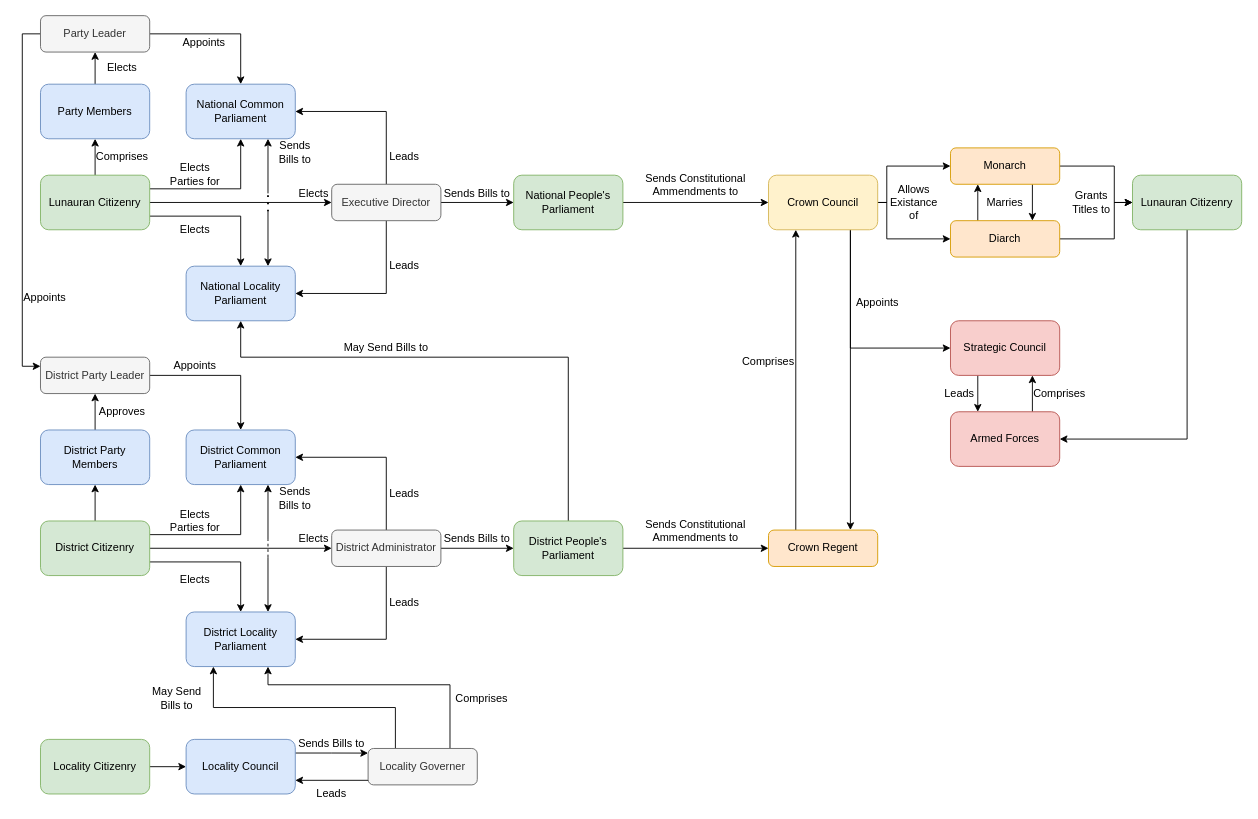
Above: Digon/Lunaura/Gov structure.drawio in jamlamtheblue/DES-Pol (draw.io), before the change. Source tidied: cells renumbered, new cells numbered last; positions are measured from the earlier drawing's top-left corner, leaving out a move shared by most shapes. Both pictures are drawn from the tidied source at 91%, with x=0, y=0 at pixel (22, 15).
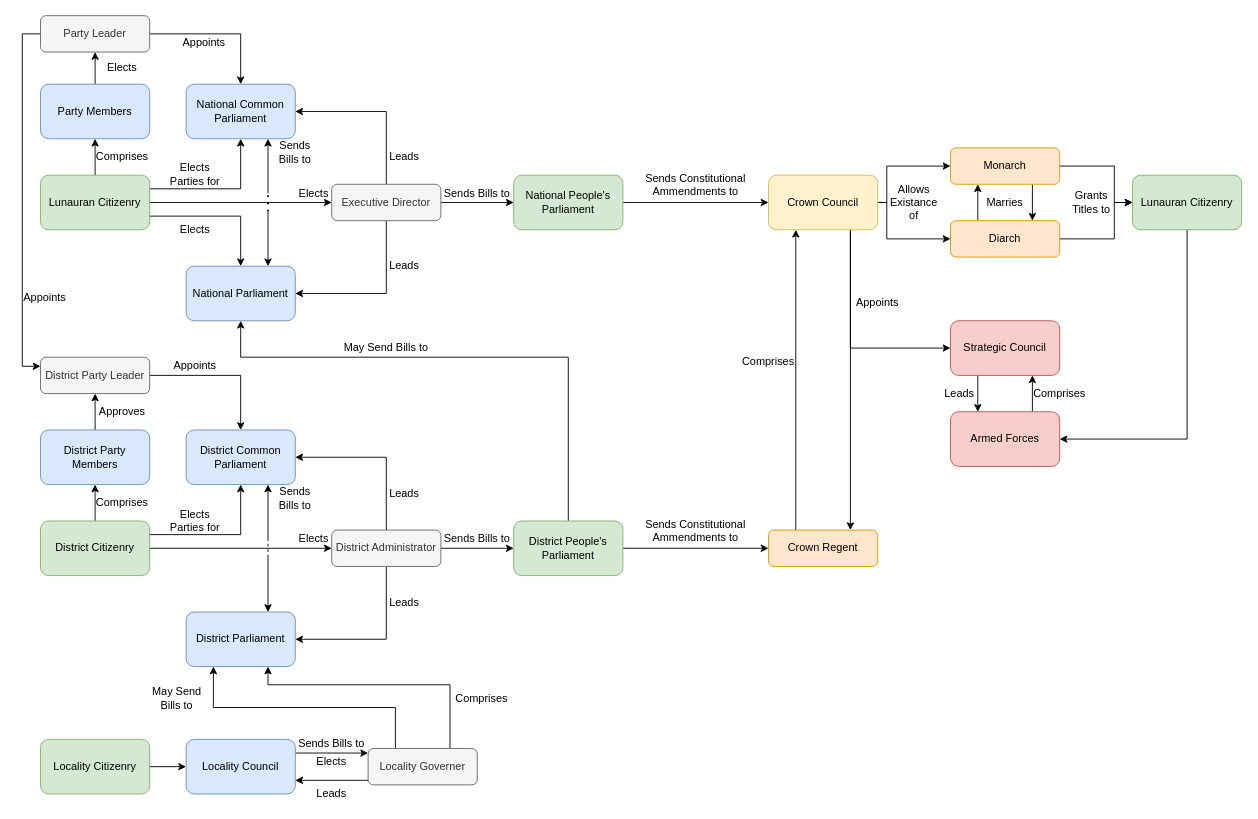
The same diagram, later.

The change refers to these unchanged cells:
```xml
<mxCell id="47" value="District Citizenry" style="rounded=1;whiteSpace=wrap;html=1;fillColor=#d5e8d4;strokeColor=#82b366;" parent="1" vertex="1">
  <mxGeometry x="20" y="555" width="120" height="60" as="geometry" />
</mxCell>
```

The edit, as a diff of the source:
```diff
@@
-    <mxCell id="23" value="National Locality Parliament" style="rounded=1;whiteSpace=wrap;html=1;fillColor=#dae8fc;strokeColor=#6c8ebf;" parent="1" vertex="1">
+    <mxCell id="23" value="National Parliament" style="rounded=1;whiteSpace=wrap;html=1;fillColor=#dae8fc;strokeColor=#6c8ebf;" parent="1" vertex="1">
       <mxGeometry x="180" y="275" width="120" height="60" as="geometry" />
     </mxCell>
@@
-    <mxCell id="45" style="edgeStyle=orthogonalEdgeStyle;rounded=0;jettySize=auto;html=1;exitX=1;exitY=0.75;exitDx=0;exitDy=0;entryX=0.5;entryY=0;entryDx=0;entryDy=0;" parent="1" edge="1" source="47" target="53">
-      <mxGeometry relative="1" as="geometry" />
-    </mxCell>
@@
-    <mxCell id="53" value="District Locality Parliament" style="rounded=1;whiteSpace=wrap;html=1;fillColor=#dae8fc;strokeColor=#6c8ebf;" parent="1" vertex="1">
+    <mxCell id="53" value="District Parliament" style="rounded=1;whiteSpace=wrap;html=1;fillColor=#dae8fc;strokeColor=#6c8ebf;" parent="1" vertex="1">
       <mxGeometry x="180" y="655" width="120" height="60" as="geometry" />
     </mxCell>
@@
-    <mxCell id="60" value="Elects" style="text;html=1;strokeColor=none;fillColor=none;align=center;verticalAlign=middle;whiteSpace=wrap;rounded=0;" parent="1" vertex="1">
-      <mxGeometry x="160" y="605" width="60" height="30" as="geometry" />
-    </mxCell>
@@
+    <mxCell id="60" value="Elects" style="text;html=1;strokeColor=none;fillColor=none;align=center;verticalAlign=middle;whiteSpace=wrap;rounded=0;" parent="1" vertex="1">
+      <mxGeometry x="300" y="815" width="80" height="10" as="geometry" />
+    </mxCell>
+    <mxCell id="105" value="Comprises" style="text;html=1;strokeColor=none;fillColor=none;align=center;verticalAlign=middle;whiteSpace=wrap;rounded=0;" parent="1" vertex="1">
+      <mxGeometry x="80" y="515" width="60" height="40" as="geometry" />
+    </mxCell>
```
